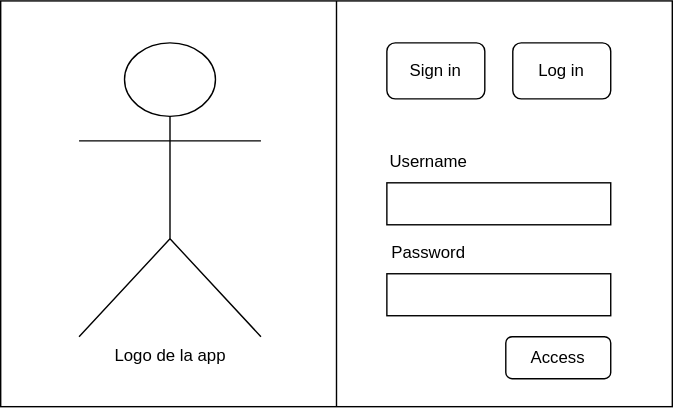
The draw.io diagram images/Login.svg in albvalort/proyectoIPC, before a commit. Source tidied: cells renumbered, new cells last; positions are measured from the earlier drawing's top-left corner, leaving out a move shared by most shapes.
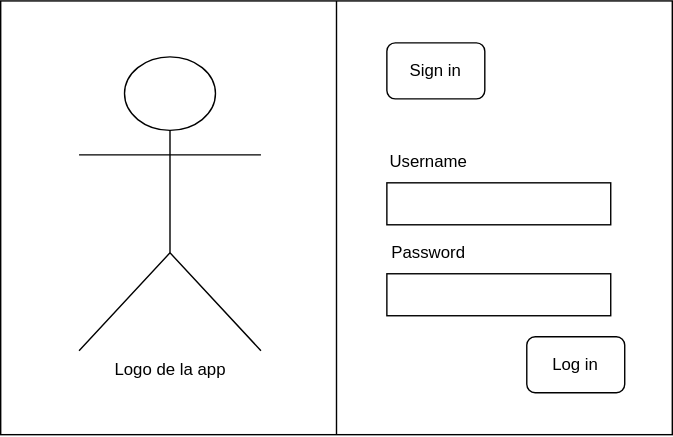
After the commit.

What changed in the source:
```diff
@@ -3,7 +3,7 @@
     <mxCell id="0" />
     <mxCell id="1" parent="0" />
     <mxCell id="2" style="rounded=0;whiteSpace=wrap;html=1;" parent="1" vertex="1">
-      <mxGeometry width="480" height="290" as="geometry" />
+      <mxGeometry width="480" height="310" as="geometry" />
     </mxCell>
     <mxCell id="3" style="rounded=0;whiteSpace=wrap;html=1;" parent="1" vertex="1">
       <mxGeometry x="276" y="130" width="160" height="30" as="geometry" />
@@ -12,7 +12,7 @@
       <mxGeometry x="276" y="195" width="160" height="30" as="geometry" />
     </mxCell>
     <mxCell id="5" value="Log in" style="rounded=1;whiteSpace=wrap;html=1;" parent="1" vertex="1">
-      <mxGeometry x="366" y="30" width="70" height="40" as="geometry" />
+      <mxGeometry x="376" y="240" width="70" height="40" as="geometry" />
     </mxCell>
     <mxCell id="6" value="Sign in" style="rounded=1;whiteSpace=wrap;html=1;" parent="1" vertex="1">
       <mxGeometry x="276" y="30" width="70" height="40" as="geometry" />
@@ -27,10 +27,7 @@
       <mxGeometry x="276" y="165" width="60" height="30" as="geometry" />
     </mxCell>
     <mxCell id="10" value="Logo de la app" style="shape=umlActor;verticalLabelPosition=bottom;verticalAlign=top;html=1;" parent="1" vertex="1">
-      <mxGeometry x="56" y="30" width="130" height="210" as="geometry" />
+      <mxGeometry x="56" y="40" width="130" height="210" as="geometry" />
     </mxCell>
-    <mxCell id="11" value="Access" style="rounded=1;whiteSpace=wrap;html=1;" parent="1" vertex="1">
-      <mxGeometry x="361" y="240" width="75" height="30" as="geometry" />
-    </mxCell>
   </root>
 </mxGraphModel>
```
